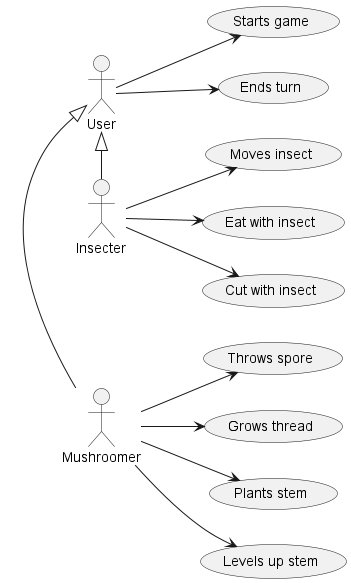
Before: out/5/usecase/uc/player.png, a diagram exported from PlantUML (Petya-G/fungorium).
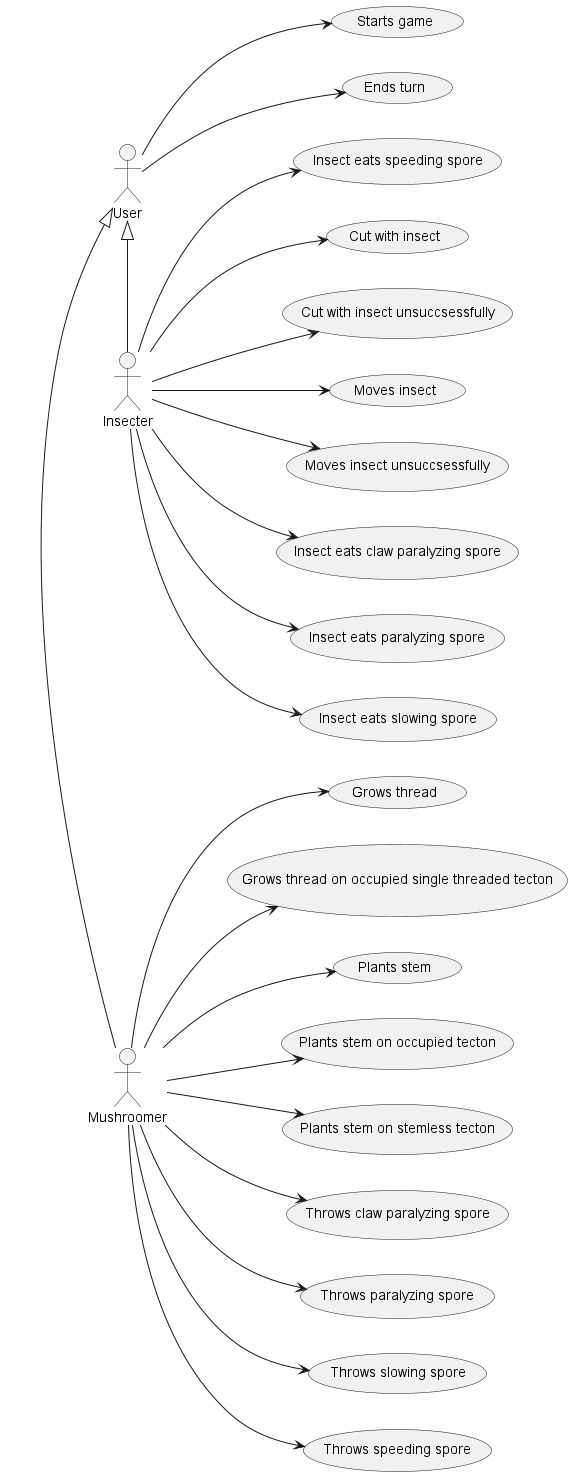
After the commit.

The edit, as a diff of the source:
```diff
@@ -8,12 +8,26 @@
 User --> (Starts game)
 
 Mushroomer --> (Plants stem)
-Mushroomer --> (Levels up stem)
-Mushroomer --> (Throws spore)
+Mushroomer --> (Plants stem on occupied tecton)
+Mushroomer --> (Plants stem on stemless tecton)
+Mushroomer --> (Throws claw paralyzing spore)
+Mushroomer --> (Throws paralyzing spore)
+Mushroomer --> (Throws slowing spore)
+Mushroomer --> (Throws speeding spore)
+
+
 Mushroomer --> (Grows thread)
+Mushroomer --> (Grows thread on occupied single threaded tecton)
 
 Insecter --> (Moves insect)
-Insecter --> (Eat with insect)
+Insecter --> (Moves insect unsuccsessfully)
+
+Insecter --> (Insect eats claw paralyzing spore)
+Insecter --> (Insect eats paralyzing spore)
+Insecter --> (Insect eats slowing spore)
+Insecter --> (Insect eats speeding spore)
+
 Insecter --> (Cut with insect)
+Insecter --> (Cut with insect unsuccsessfully)
 
 @enduml
```
